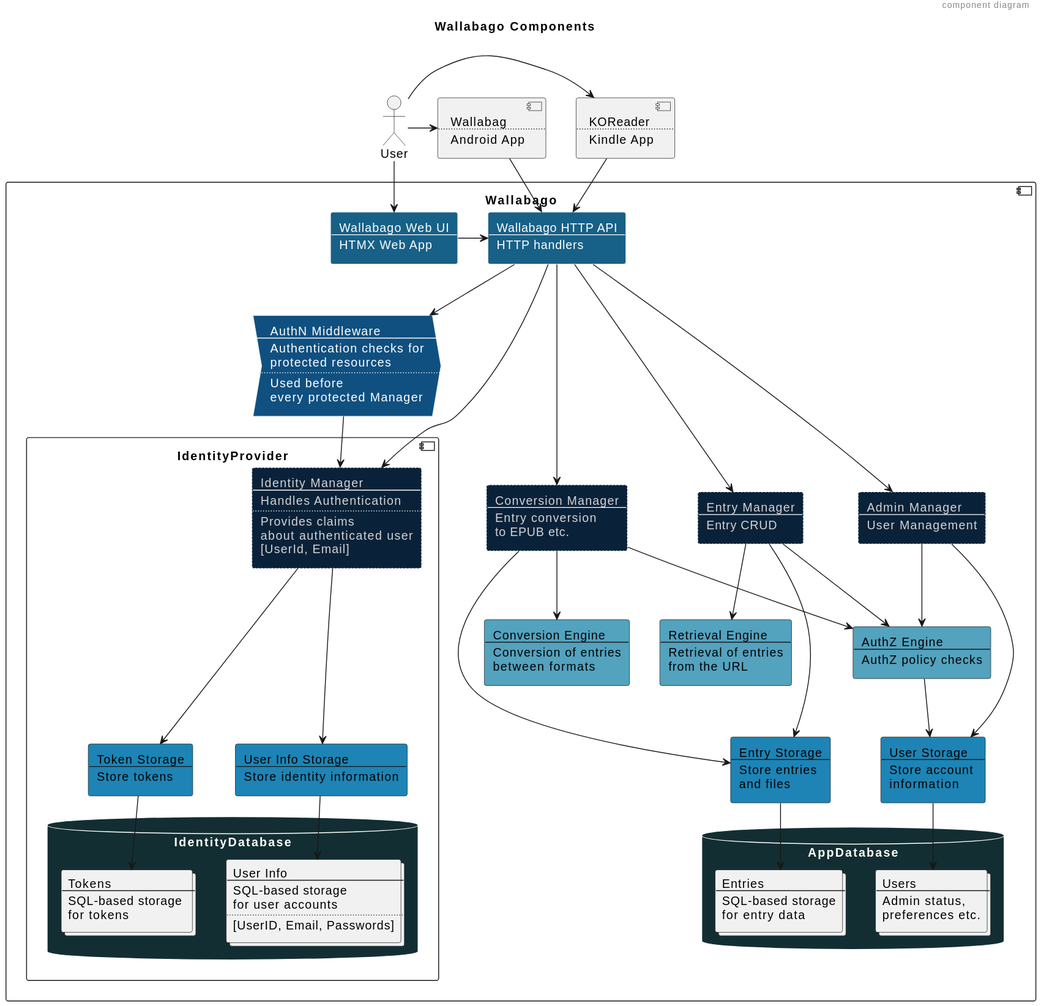
This is docs/diagrams/dist/architecture-components.svg from xomiachuna/wallabago, a PlantUML export, as it was before one commit.
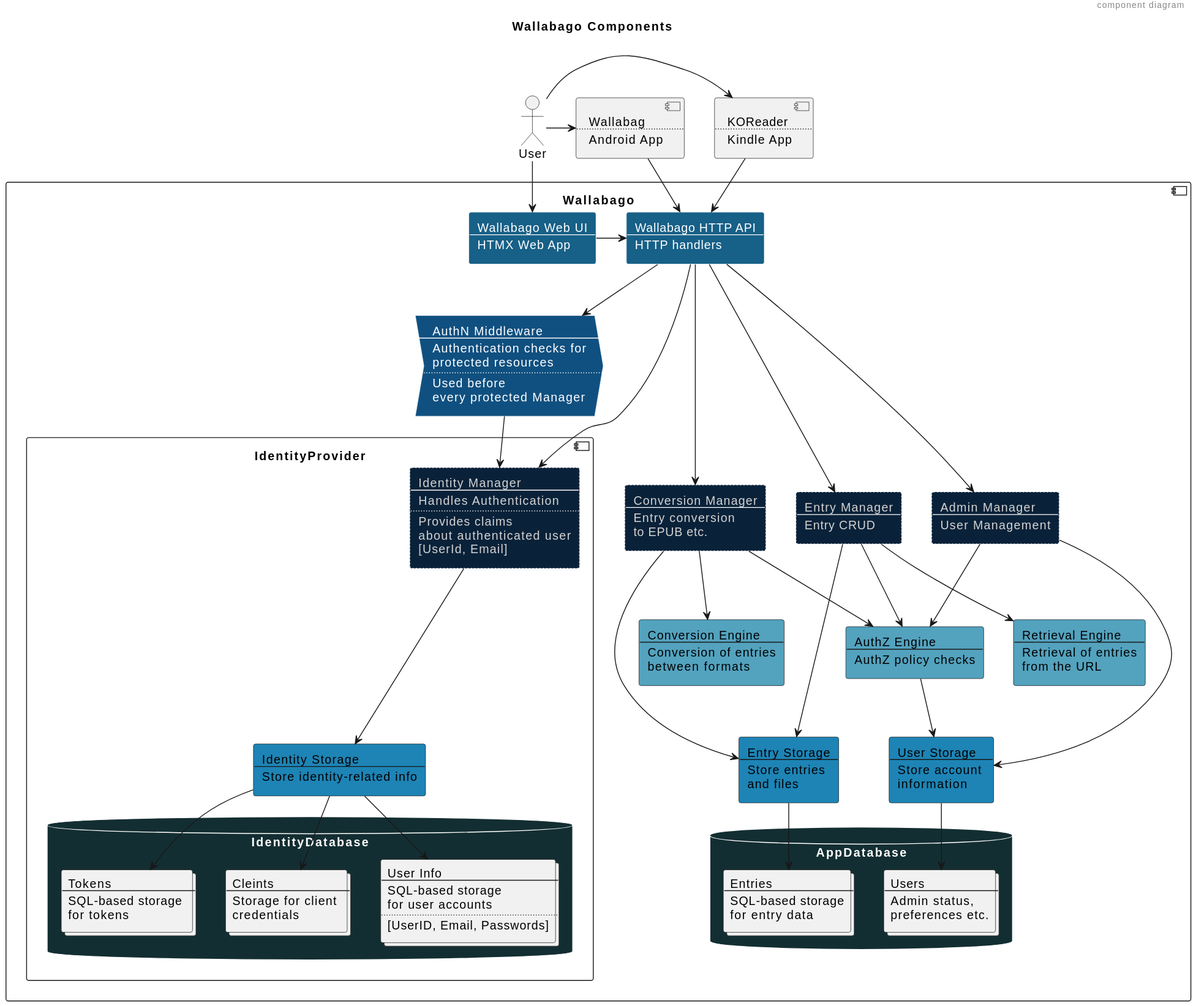
The same file after the commit.

What changed in the source:
```diff
@@ -133,17 +133,12 @@
             [UserId, Email]
         ]
 
-        rectangle TokenStorage #$Storage [
-            Token Storage
+        rectangle IdentityStorage #$Storage [
+            Identity Storage
             ----
-            Store tokens
+            Store identity-related info
         ]
 
-        rectangle UserInfoStorage #$Storage [
-            User Info Storage
-            ----
-            Store identity information
-        ]
         database IdentityDatabase #$Persistence {
             collections UserInfo [
                 User Info
@@ -159,6 +154,13 @@
                 ----
                 SQL-based storage
                 for tokens
+            ]
+
+            collections Clients [
+                Cleints
+                ----
+                Storage for client
+                credentials
             ]
         }
     }
@@ -197,9 +199,9 @@
 
 UserStorage --> Users
 
-TokenStorage --> Tokens
 
-IdentityManager ---> TokenStorage
-IdentityManager ---> UserInfoStorage
-UserInfoStorage --> UserInfo
+IdentityManager ---> IdentityStorage
+IdentityStorage --> UserInfo
+IdentityStorage --> Clients
+IdentityStorage --> Tokens
 @enduml
```
